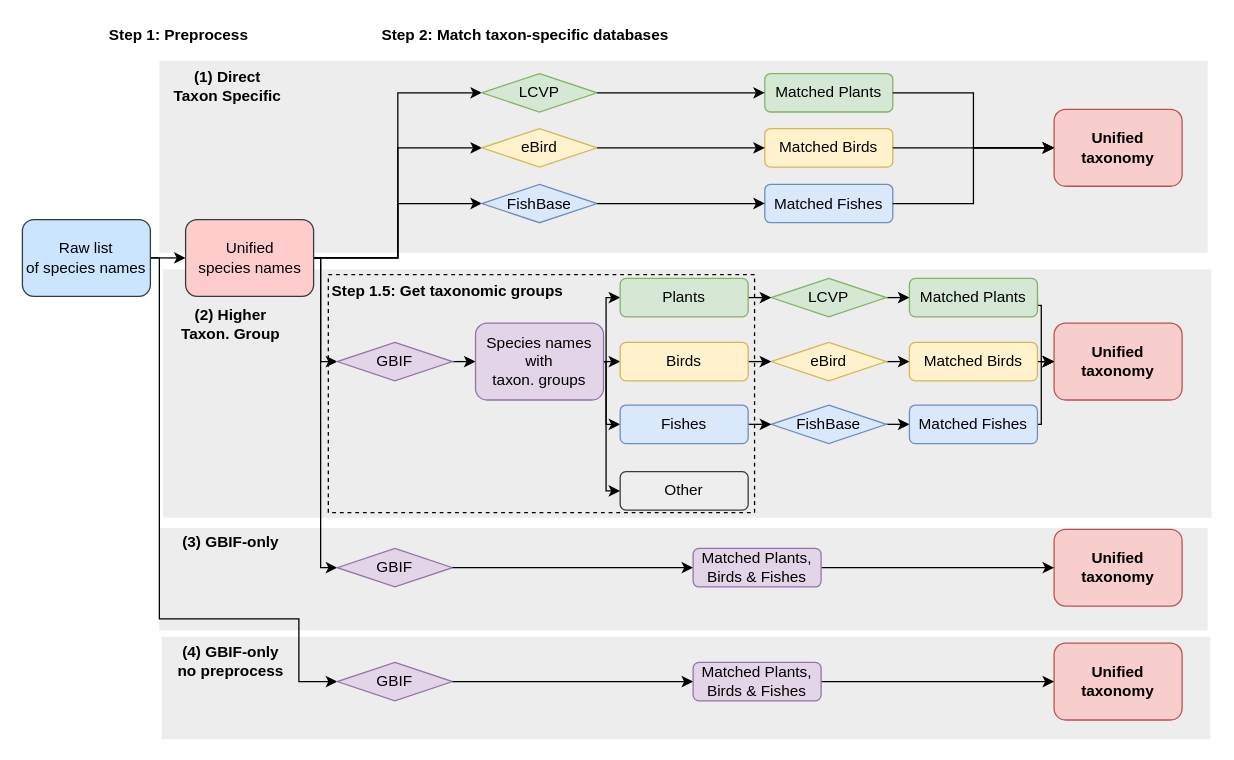
The draw.io diagram figures/fig5_alternative_workflow.drawio in Rekyt/taxo_harmonization, before the edit. Source tidied: cells renumbered, new cells numbered last; positions are measured from the earlier drawing's top-left corner, leaving out a move shared by most shapes. Both pictures are drawn from the tidied source at 128%, with x=0, y=0 at pixel (22, 22).
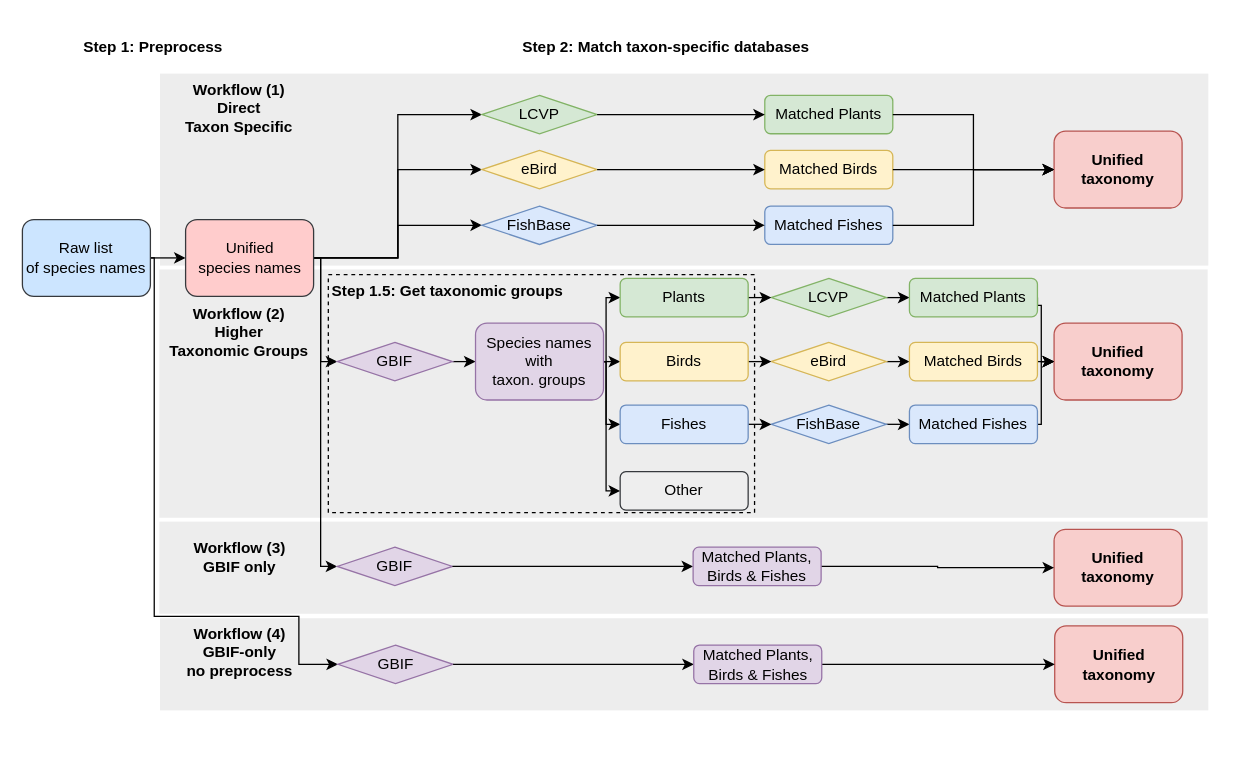
The same diagram, later.

Commit message (it also covers changes not shown here):
Even simpler design

Unchanged cells that the change refers to:
```xml
<mxCell id="9" value="&lt;span&gt;Raw list&lt;/span&gt;&lt;br&gt;&lt;span&gt;of species names&lt;/span&gt;" style="rounded=1;whiteSpace=wrap;html=1;fillColor=#cce5ff;strokeColor=#36393d;" parent="1" vertex="1">
  <mxGeometry y="154" width="100" height="60" as="geometry" />
</mxCell>
<mxCell id="68" value="Unified&lt;br&gt;species names" style="rounded=1;whiteSpace=wrap;html=1;fillColor=#ffcccc;strokeColor=#36393d;" parent="1" vertex="1">
  <mxGeometry x="127.5" y="154" width="100" height="60" as="geometry" />
</mxCell>
```

Change to the diagram source:
```diff
@@
+    <mxCell id="73" style="rounded=0;whiteSpace=wrap;html=1;dashed=1;fillColor=#EDEDED;strokeColor=none;" parent="1" vertex="1">
+      <mxGeometry x="107.5" y="465.5" width="819" height="72" as="geometry" />
+    </mxCell>
     <mxCell id="2" style="rounded=0;whiteSpace=wrap;html=1;dashed=1;fillColor=#EDEDED;strokeColor=none;" parent="1" vertex="1">
-      <mxGeometry x="107" y="395" width="819" height="80" as="geometry" />
+      <mxGeometry x="107" y="390" width="819" height="72" as="geometry" />
     </mxCell>
-    <mxCell id="3" style="rounded=0;whiteSpace=wrap;html=1;dashed=1;fillColor=#EDEDED;strokeColor=none;" parent="1" vertex="1">
-      <mxGeometry x="109" y="480" width="819" height="80" as="geometry" />
-    </mxCell>
     <mxCell id="4" style="rounded=0;whiteSpace=wrap;html=1;dashed=1;fillColor=#EDEDED;strokeColor=none;" parent="1" vertex="1">
-      <mxGeometry x="110" y="193" width="819" height="194" as="geometry" />
+      <mxGeometry x="107" y="193" width="819" height="194" as="geometry" />
     </mxCell>
     <mxCell id="5" style="rounded=0;whiteSpace=wrap;html=1;dashed=1;fillColor=#EDEDED;strokeColor=none;" parent="1" vertex="1">
-      <mxGeometry x="107" y="30" width="819" height="150" as="geometry" />
+      <mxGeometry x="107.5" y="40" width="819" height="150" as="geometry" />
     </mxCell>
@@
     <mxCell id="8" style="edgeStyle=orthogonalEdgeStyle;rounded=0;jettySize=auto;html=1;exitX=1;exitY=0.5;exitDx=0;exitDy=0;entryX=0;entryY=0.5;entryDx=0;entryDy=0;" parent="1" edge="1" source="9" target="31">
       <mxGeometry relative="1" as="geometry">
         <Array as="points">
-          <mxPoint x="107" y="184" />
-          <mxPoint x="107" y="466" />
-          <mxPoint x="216" y="466" />
-          <mxPoint x="216" y="515" />
+          <mxPoint x="103" y="184" />
+          <mxPoint x="103" y="464" />
+          <mxPoint x="216" y="464" />
+          <mxPoint x="216" y="502" />
+          <mxPoint x="246" y="502" />
         </Array>
       </mxGeometry>
     </mxCell>
@@
     <mxCell id="14" style="edgeStyle=orthogonalEdgeStyle;rounded=0;jettySize=auto;html=1;exitX=1;exitY=0.5;exitDx=0;exitDy=0;entryX=0;entryY=0.5;entryDx=0;entryDy=0;" parent="1" edge="1" source="68" target="26">
       <mxGeometry relative="1" as="geometry">
         <Array as="points">
           <mxPoint x="233" y="184" />
-          <mxPoint x="233" y="426" />
+          <mxPoint x="233" y="425" />
         </Array>
       </mxGeometry>
     </mxCell>
     <mxCell id="15" value="Step 1: Preprocess" style="text;html=1;strokeColor=none;fillColor=none;align=left;verticalAlign=middle;whiteSpace=wrap;rounded=0;fontStyle=1;" parent="1" vertex="1">
-      <mxGeometry x="66" width="120" height="20" as="geometry" />
+      <mxGeometry x="46" y="10" width="120" height="20" as="geometry" />
     </mxCell>
     <mxCell id="16" value="Step 2: Match taxon-specific databases" style="text;html=1;strokeColor=none;fillColor=none;align=left;verticalAlign=middle;whiteSpace=wrap;rounded=0;fontStyle=1;" parent="1" vertex="1">
-      <mxGeometry x="279" width="256" height="20" as="geometry" />
+      <mxGeometry x="388.5" y="10" width="256" height="20" as="geometry" />
     </mxCell>
@@
     <mxCell id="26" value="GBIF" style="rhombus;whiteSpace=wrap;html=1;align=center;fillColor=#e1d5e7;strokeColor=#9673a6;" parent="1" vertex="1">
-      <mxGeometry x="246" y="411" width="90" height="30" as="geometry" />
+      <mxGeometry x="246" y="410" width="90" height="30" as="geometry" />
     </mxCell>
@@
     <mxCell id="30" value="Unified taxonomy" style="rounded=1;whiteSpace=wrap;html=1;fillColor=#f8cecc;strokeColor=#b85450;fontStyle=1;" parent="1" vertex="1">
-      <mxGeometry x="806" y="485" width="100" height="60" as="geometry" />
+      <mxGeometry x="806.5" y="471.5" width="100" height="60" as="geometry" />
     </mxCell>
     <mxCell id="31" value="GBIF" style="rhombus;whiteSpace=wrap;html=1;align=center;fillColor=#e1d5e7;strokeColor=#9673a6;" parent="1" vertex="1">
-      <mxGeometry x="246" y="500" width="90" height="30" as="geometry" />
+      <mxGeometry x="246.5" y="486.5" width="90" height="30" as="geometry" />
     </mxCell>
@@
     <mxCell id="34" value="Unified taxonomy" style="rounded=1;whiteSpace=wrap;html=1;fillColor=#f8cecc;strokeColor=#b85450;fontStyle=1;fontFamily=Helvetica;flipH=1;" parent="1" vertex="1">
-      <mxGeometry x="806" y="68" width="100" height="60" as="geometry" />
+      <mxGeometry x="806" y="85" width="100" height="60" as="geometry" />
     </mxCell>
     <mxCell id="35" value="FishBase" style="rhombus;whiteSpace=wrap;html=1;align=center;fillColor=#dae8fc;strokeColor=#6c8ebf;" parent="1" vertex="1">
-      <mxGeometry x="359" y="126.5" width="90" height="30" as="geometry" />
+      <mxGeometry x="359" y="143.5" width="90" height="30" as="geometry" />
     </mxCell>
     <mxCell id="36" value="LCVP" style="rhombus;whiteSpace=wrap;html=1;align=center;fillColor=#d5e8d4;strokeColor=#82b366;" parent="1" vertex="1">
-      <mxGeometry x="359" y="40" width="90" height="30" as="geometry" />
+      <mxGeometry x="359" y="57" width="90" height="30" as="geometry" />
     </mxCell>
     <mxCell id="37" value="Matched Plants,&lt;br&gt;Birds &amp;amp; Fishes" style="rounded=1;whiteSpace=wrap;html=1;fillColor=#e1d5e7;strokeColor=#9673a6;" parent="1" vertex="1">
-      <mxGeometry x="524" y="500" width="100" height="30" as="geometry" />
+      <mxGeometry x="524.5" y="486.5" width="100" height="30" as="geometry" />
     </mxCell>
     <mxCell id="38" value="Matched Plants" style="rounded=1;whiteSpace=wrap;html=1;fillColor=#d5e8d4;strokeColor=#82b366;" parent="1" vertex="1">
-      <mxGeometry x="580" y="40" width="100" height="30" as="geometry" />
+      <mxGeometry x="580" y="57" width="100" height="30" as="geometry" />
     </mxCell>
@@
     <mxCell id="41" value="Matched Birds" style="rounded=1;whiteSpace=wrap;html=1;fillColor=#fff2cc;strokeColor=#d6b656;" parent="1" vertex="1">
-      <mxGeometry x="580" y="83" width="100" height="30" as="geometry" />
+      <mxGeometry x="580" y="100" width="100" height="30" as="geometry" />
     </mxCell>
@@
     <mxCell id="43" value="Matched Fishes" style="rounded=1;whiteSpace=wrap;html=1;fillColor=#dae8fc;strokeColor=#6c8ebf;" parent="1" vertex="1">
-      <mxGeometry x="580" y="126.5" width="100" height="30" as="geometry" />
+      <mxGeometry x="580" y="143.5" width="100" height="30" as="geometry" />
     </mxCell>
@@
     <mxCell id="58" value="eBird" style="rhombus;whiteSpace=wrap;html=1;align=center;fillColor=#fff2cc;strokeColor=#d6b656;flipH=1;" parent="1" vertex="1">
-      <mxGeometry x="359" y="83" width="90" height="30" as="geometry" />
+      <mxGeometry x="359" y="100" width="90" height="30" as="geometry" />
     </mxCell>
@@
     <mxCell id="60" value="Matched Plants,&lt;br&gt;Birds &amp;amp; Fishes" style="rounded=1;whiteSpace=wrap;html=1;fillColor=#e1d5e7;strokeColor=#9673a6;" parent="1" vertex="1">
-      <mxGeometry x="524" y="411" width="100" height="30" as="geometry" />
+      <mxGeometry x="524" y="410" width="100" height="30" as="geometry" />
     </mxCell>
@@
-    <mxCell id="69" value="&lt;b&gt;(4) GBIF-only&lt;br&gt;no preprocess&lt;/b&gt;" style="text;html=1;strokeColor=none;fillColor=none;align=center;verticalAlign=middle;whiteSpace=wrap;rounded=0;dashed=1;" parent="1" vertex="1">
-      <mxGeometry x="113" y="489" width="100" height="20" as="geometry" />
+    <mxCell id="69" value="&lt;b&gt;Workflow (4) GBIF-only&lt;br&gt;no preprocess&lt;/b&gt;" style="text;html=1;strokeColor=none;fillColor=none;align=center;verticalAlign=middle;whiteSpace=wrap;rounded=0;dashed=1;" parent="1" vertex="1">
+      <mxGeometry x="120" y="471.5" width="100" height="41" as="geometry" />
     </mxCell>
-    <mxCell id="70" value="&lt;b&gt;(3) GBIF-only&lt;br&gt;&lt;/b&gt;" style="text;html=1;strokeColor=none;fillColor=none;align=center;verticalAlign=middle;whiteSpace=wrap;rounded=0;dashed=1;" parent="1" vertex="1">
-      <mxGeometry x="113" y="396" width="100" height="20" as="geometry" />
+    <mxCell id="70" value="&lt;b&gt;Workflow (3)&lt;br&gt;GBIF only&lt;br&gt;&lt;/b&gt;" style="text;html=1;strokeColor=none;fillColor=none;align=center;verticalAlign=middle;whiteSpace=wrap;rounded=0;dashed=1;" parent="1" vertex="1">
+      <mxGeometry x="119.5" y="396" width="100" height="44" as="geometry" />
     </mxCell>
-    <mxCell id="71" value="&lt;b&gt;(2) Higher&lt;br&gt;Taxon. Group&lt;/b&gt;&lt;b&gt;&lt;br&gt;&lt;/b&gt;" style="text;html=1;strokeColor=none;fillColor=none;align=center;verticalAlign=middle;whiteSpace=wrap;rounded=0;dashed=1;" parent="1" vertex="1">
-      <mxGeometry x="113" y="226" width="100" height="20" as="geometry" />
+    <mxCell id="71" value="&lt;b&gt;Workflow (2)&lt;br&gt;Higher&lt;br&gt;Taxonomic Groups&lt;/b&gt;&lt;b&gt;&lt;br&gt;&lt;/b&gt;" style="text;html=1;strokeColor=none;fillColor=none;align=center;verticalAlign=middle;whiteSpace=wrap;rounded=0;dashed=1;" parent="1" vertex="1">
+      <mxGeometry x="113" y="220" width="113" height="44" as="geometry" />
     </mxCell>
-    <mxCell id="72" value="&lt;b&gt;(1) Direct&lt;br&gt;Taxon Specific&lt;/b&gt;" style="text;html=1;strokeColor=none;fillColor=none;align=center;verticalAlign=middle;whiteSpace=wrap;rounded=0;dashed=1;" parent="1" vertex="1">
-      <mxGeometry x="113" y="40" width="95" height="20" as="geometry" />
+    <mxCell id="72" value="&lt;b&gt;Workflow (1) Direct&lt;br&gt;Taxon Specific&lt;/b&gt;" style="text;html=1;strokeColor=none;fillColor=none;align=center;verticalAlign=middle;whiteSpace=wrap;rounded=0;dashed=1;" parent="1" vertex="1">
+      <mxGeometry x="122" y="47" width="95" height="40" as="geometry" />
     </mxCell>
```
